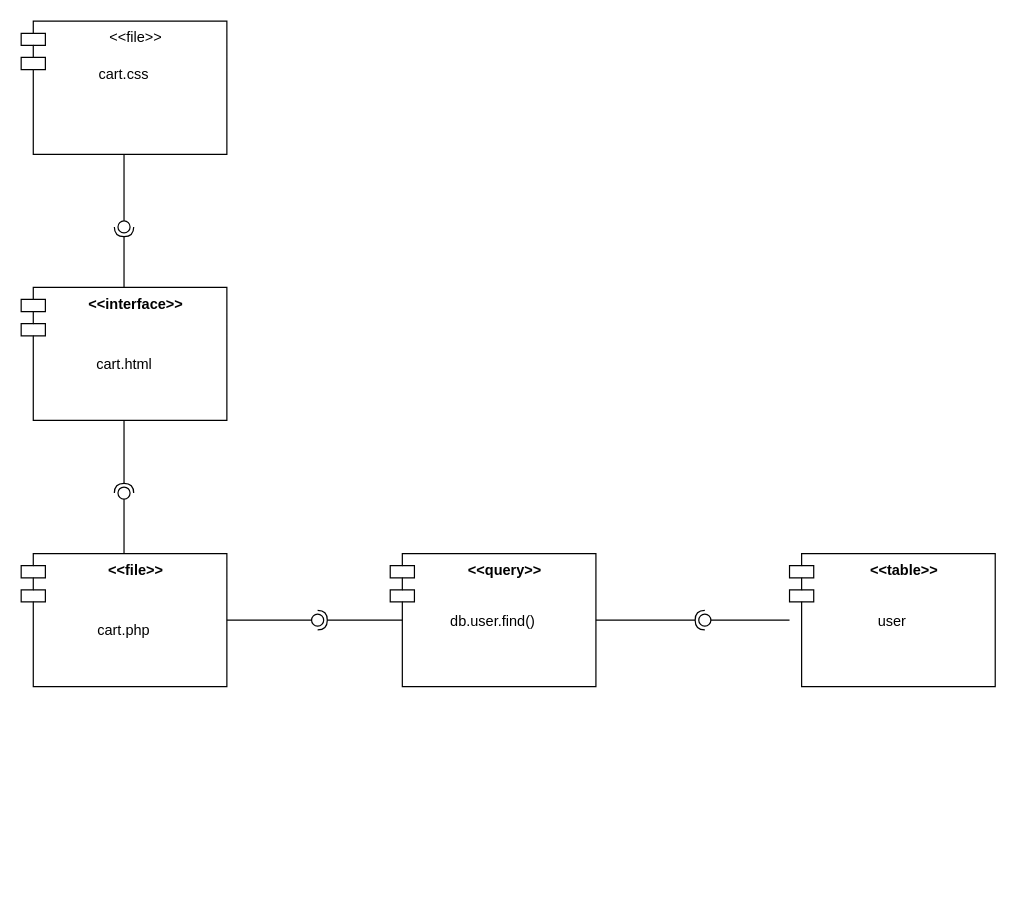
JorgeADnro/Torres keeps this draw.io diagram as Diagramas/DiagramaComponentesCDua.drawio. Above is the earlier version. Source tidied: cells renumbered, new cells numbered last; positions are measured from the earlier drawing's top-left corner, leaving out a move shared by most shapes. Both pictures are drawn from the tidied source at 121%, with x=0, y=0 at pixel (21, 21).
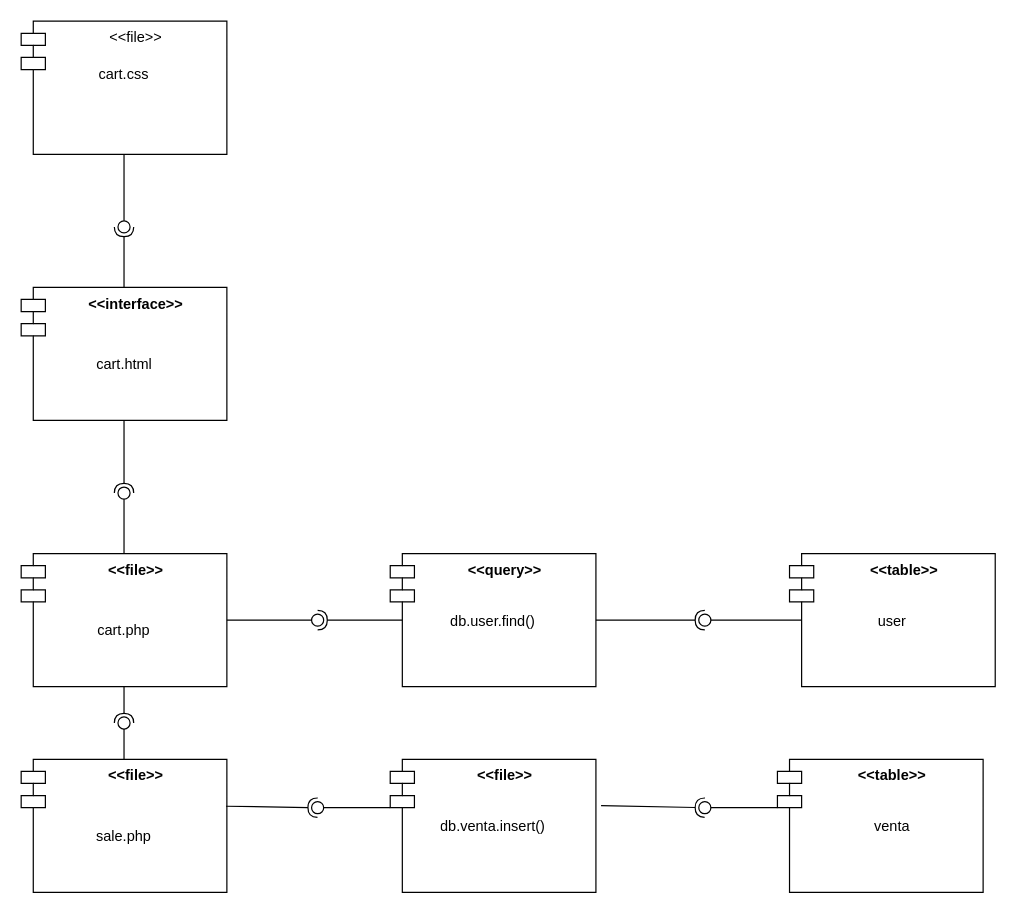
The same page after the edit.

Unchanged cells that the change refers to:
```xml
<mxCell id="18" value="&amp;lt;&amp;lt;table&amp;gt;&amp;gt;" style="shape=module;align=left;spacingLeft=20;align=center;verticalAlign=top;whiteSpace=wrap;html=1;fontStyle=1;" parent="1" vertex="1">
  <mxGeometry x="635" y="440" width="170" height="110" as="geometry" />
</mxCell>
```

The edit, as a diff of the source:
```diff
@@
-    <mxCell id="21" style="rounded=0;jettySize=auto;html=1;endArrow=oval;endFill=0;sketch=0;sourcePerimeterSpacing=0;targetPerimeterSpacing=0;endSize=10;" parent="1" edge="1" source="18">
+    <mxCell id="21" style="rounded=0;jettySize=auto;html=1;endArrow=oval;endFill=0;sketch=0;sourcePerimeterSpacing=0;targetPerimeterSpacing=0;endSize=10;exitX=0;exitY=0.5;exitDx=10;exitDy=0;exitPerimeter=0;" parent="1" edge="1" source="18">
       <mxGeometry relative="1" as="geometry">
         <mxPoint x="565" y="495" as="targetPoint" />
       </mxGeometry>
     </mxCell>
+    <mxCell id="22" value="&amp;lt;&amp;lt;file&amp;gt;&amp;gt;" style="shape=module;align=center;spacingLeft=20;align=center;verticalAlign=top;whiteSpace=wrap;html=1;fontStyle=1;" parent="1" vertex="1">
+      <mxGeometry y="610" width="170" height="110" as="geometry" />
+    </mxCell>
+    <mxCell id="23" value="sale.php" style="text;strokeColor=none;fillColor=none;align=center;verticalAlign=top;spacingLeft=4;spacingRight=4;overflow=hidden;whiteSpace=wrap;html=1;" parent="1" vertex="1">
+      <mxGeometry x="35" y="660" width="100" height="26" as="geometry" />
+    </mxCell>
+    <mxCell id="24" style="rounded=0;orthogonalLoop=1;jettySize=auto;html=1;endArrow=halfCircle;endFill=0;endSize=6;strokeWidth=1;sketch=0;" parent="1" edge="1">
+      <mxGeometry relative="1" as="geometry">
+        <mxPoint x="85" y="550" as="sourcePoint" />
+        <mxPoint x="85" y="580" as="targetPoint" />
+      </mxGeometry>
+    </mxCell>
+    <mxCell id="25" style="rounded=0;jettySize=auto;html=1;endArrow=oval;endFill=0;sketch=0;sourcePerimeterSpacing=0;targetPerimeterSpacing=0;endSize=10;exitX=0.5;exitY=0;exitDx=0;exitDy=0;" parent="1" edge="1" source="22">
+      <mxGeometry relative="1" as="geometry">
+        <mxPoint x="85" y="580" as="targetPoint" />
+      </mxGeometry>
+    </mxCell>
+    <mxCell id="26" style="ellipse;whiteSpace=wrap;html=1;align=center;fillColor=none;strokeColor=none;perimeter=centerPerimeter;" parent="1" vertex="1">
+      <mxGeometry x="570" y="560" width="10" height="10" as="geometry" />
+    </mxCell>
+    <mxCell id="27" value="&amp;lt;&amp;lt;file&amp;gt;&amp;gt;" style="shape=module;align=center;spacingLeft=20;align=center;verticalAlign=top;whiteSpace=wrap;html=1;fontStyle=1;" parent="1" vertex="1">
+      <mxGeometry x="305" y="610" width="170" height="110" as="geometry" />
+    </mxCell>
+    <mxCell id="28" value="db.venta.insert()" style="text;strokeColor=none;fillColor=none;align=center;verticalAlign=top;spacingLeft=4;spacingRight=4;overflow=hidden;whiteSpace=wrap;html=1;" parent="1" vertex="1">
+      <mxGeometry x="340" y="652" width="100" height="26" as="geometry" />
+    </mxCell>
+    <mxCell id="29" value="&amp;lt;&amp;lt;table&amp;gt;&amp;gt;" style="shape=module;align=center;spacingLeft=20;align=center;verticalAlign=top;whiteSpace=wrap;html=1;fontStyle=1;" parent="1" vertex="1">
+      <mxGeometry x="625" y="610" width="170" height="110" as="geometry" />
+    </mxCell>
+    <mxCell id="30" value="venta" style="text;strokeColor=none;fillColor=none;align=center;verticalAlign=top;spacingLeft=4;spacingRight=4;overflow=hidden;whiteSpace=wrap;html=1;" parent="1" vertex="1">
+      <mxGeometry x="670" y="652" width="100" height="26" as="geometry" />
+    </mxCell>
+    <mxCell id="31" style="rounded=0;jettySize=auto;html=1;endArrow=halfCircle;endFill=0;endSize=6;strokeWidth=1;sketch=0;exitX=1.025;exitY=0.348;exitDx=0;exitDy=0;exitPerimeter=0;" parent="1" edge="1" source="27">
+      <mxGeometry relative="1" as="geometry">
+        <mxPoint x="565" y="650" as="targetPoint" />
+      </mxGeometry>
+    </mxCell>
+    <mxCell id="32" style="rounded=0;jettySize=auto;html=1;endArrow=oval;endFill=0;sketch=0;sourcePerimeterSpacing=0;targetPerimeterSpacing=0;endSize=10;exitX=0;exitY=0.364;exitDx=0;exitDy=0;exitPerimeter=0;" parent="1" edge="1" source="29">
+      <mxGeometry relative="1" as="geometry">
+        <mxPoint x="565" y="650" as="targetPoint" />
+      </mxGeometry>
+    </mxCell>
+    <mxCell id="33" style="rounded=0;jettySize=auto;html=1;endArrow=halfCircle;endFill=0;endSize=6;strokeWidth=1;sketch=0;exitX=0.996;exitY=0.353;exitDx=0;exitDy=0;exitPerimeter=0;" parent="1" edge="1" source="22">
+      <mxGeometry relative="1" as="geometry">
+        <mxPoint x="245" y="650" as="targetPoint" />
+      </mxGeometry>
+    </mxCell>
+    <mxCell id="34" style="rounded=0;orthogonalLoop=1;jettySize=auto;html=1;endArrow=oval;endFill=0;sketch=0;sourcePerimeterSpacing=0;targetPerimeterSpacing=0;endSize=10;" parent="1" edge="1">
+      <mxGeometry relative="1" as="geometry">
+        <mxPoint x="305" y="650" as="sourcePoint" />
+        <mxPoint x="245" y="650" as="targetPoint" />
+      </mxGeometry>
+    </mxCell>
```
